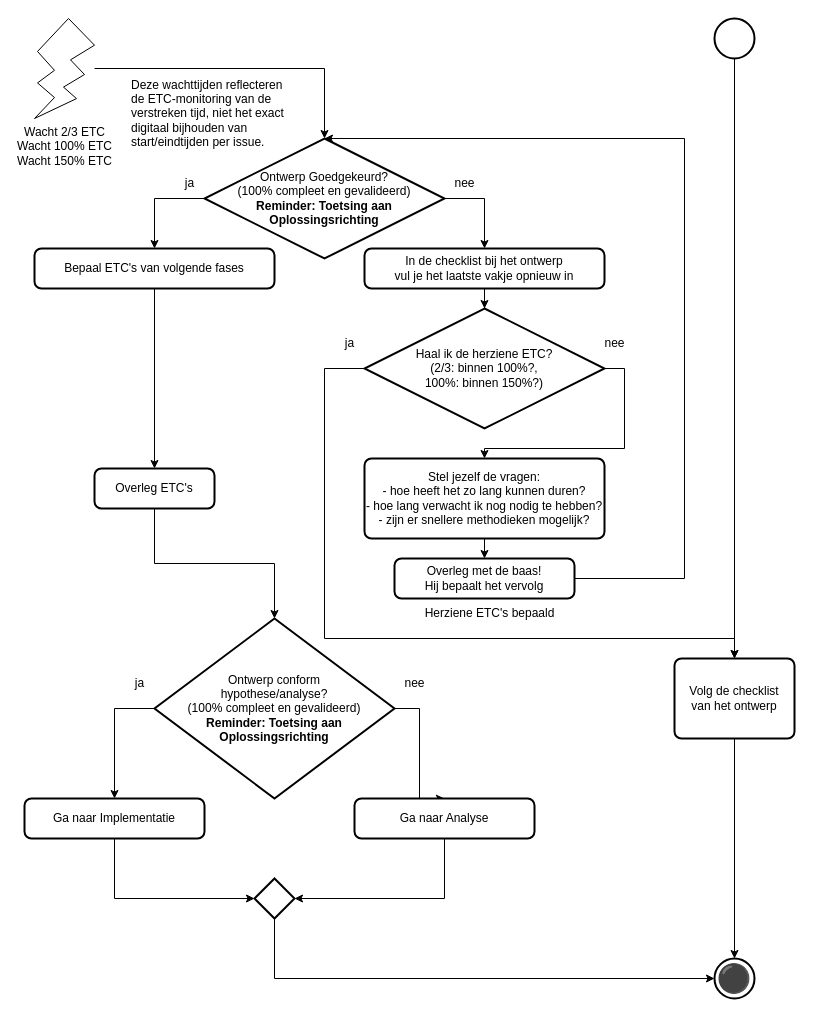
Before: 3 Issue Tracker ontwerp.drawio in Zaibatsu89/IssueTracker, a draw.io diagram. Source tidied: cells renumbered, new cells numbered last; positions are measured from the earlier drawing's top-left corner, leaving out a move shared by most shapes. Both pictures are drawn from the tidied source at 100%, with x=0, y=0 at pixel (24, 18).
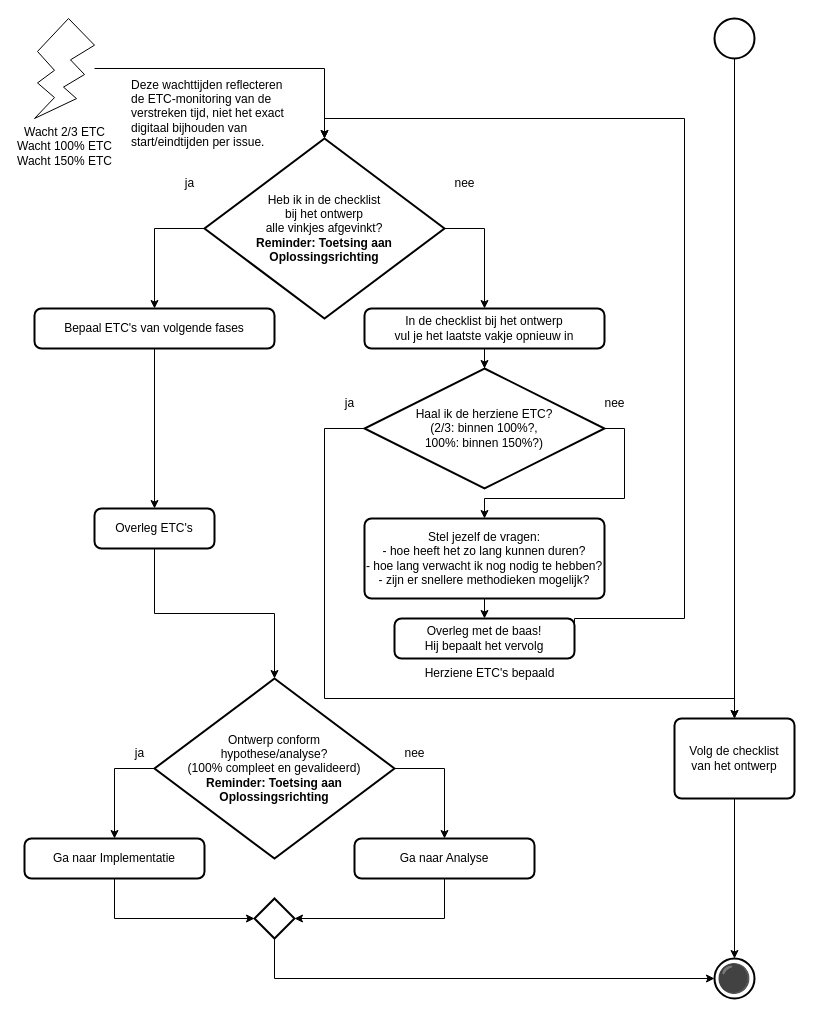
After the change.

Commit message (it also covers changes not shown here):
"Heb ik alle vinkjes volgens de checklist van de analyse afgevinkt?" in analyse flowchart, i.p.v. "Conclusie: ..."

What changed in the source:
```diff
@@
     <mxCell id="4" value="Volg de checklist&lt;br&gt;van het ontwerp" style="rounded=1;whiteSpace=wrap;html=1;absoluteArcSize=1;arcSize=14;strokeWidth=2;" parent="1" vertex="1">
-      <mxGeometry x="650" y="640" width="120" height="80" as="geometry" />
+      <mxGeometry x="650" y="700" width="120" height="80" as="geometry" />
     </mxCell>
@@
-    <mxCell id="7" value="Ontwerp Goedgekeurd?&lt;br&gt;(100% compleet en gevalideerd)&lt;br&gt;&lt;b&gt;Reminder: Toetsing aan Oplossingsrichting&lt;/b&gt;" style="strokeWidth=2;html=1;shape=mxgraph.flowchart.decision;whiteSpace=wrap;" parent="1" vertex="1">
-      <mxGeometry x="180" y="120" width="240" height="120" as="geometry" />
+    <mxCell id="7" value="Heb ik in de checklist&lt;br&gt;bij het ontwerp&lt;br&gt;alle vinkjes afgevinkt?&lt;br&gt;&lt;b&gt;Reminder: Toetsing aan Oplossingsrichting&lt;/b&gt;" style="strokeWidth=2;html=1;shape=mxgraph.flowchart.decision;whiteSpace=wrap;" parent="1" vertex="1">
+      <mxGeometry x="180" y="120" width="240" height="180" as="geometry" />
     </mxCell>
@@
     <mxCell id="10" value="Ga naar Implementatie" style="rounded=1;whiteSpace=wrap;html=1;absoluteArcSize=1;arcSize=14;strokeWidth=2;" parent="1" vertex="1">
-      <mxGeometry y="780" width="180" height="40" as="geometry" />
+      <mxGeometry y="820" width="180" height="40" as="geometry" />
     </mxCell>
@@
-    <mxCell id="12" style="edgeStyle=orthogonalEdgeStyle;rounded=0;jettySize=auto;html=1;exitX=1;exitY=0.5;exitDx=0;exitDy=0;exitPerimeter=0;entryX=0.5;entryY=0;entryDx=0;entryDy=0;" parent="1" edge="1" source="13">
-      <mxGeometry relative="1" as="geometry">
-        <mxPoint x="420" y="780" as="targetPoint" />
-      </mxGeometry>
+    <mxCell id="12" style="edgeStyle=orthogonalEdgeStyle;rounded=0;jettySize=auto;html=1;exitX=1;exitY=0.5;exitDx=0;exitDy=0;exitPerimeter=0;entryX=0.5;entryY=0;entryDx=0;entryDy=0;" parent="1" edge="1" source="13" target="15">
+      <mxGeometry relative="1" as="geometry" />
     </mxCell>
     <mxCell id="13" value="Ontwerp conform&lt;br&gt;hypothese/analyse?&lt;br&gt;(100% compleet en gevalideerd)&lt;br&gt;&lt;b&gt;Reminder: Toetsing aan Oplossingsrichting&lt;/b&gt;" style="strokeWidth=2;html=1;shape=mxgraph.flowchart.decision;whiteSpace=wrap;" parent="1" vertex="1">
-      <mxGeometry x="130" y="600" width="240" height="180" as="geometry" />
+      <mxGeometry x="130" y="660" width="240" height="180" as="geometry" />
     </mxCell>
     <mxCell id="14" value="ja" style="text;html=1;align=center;verticalAlign=middle;strokeColor=none;fillColor=none;" parent="1" vertex="1">
-      <mxGeometry x="100" y="650" width="30" height="30" as="geometry" />
+      <mxGeometry x="100" y="720" width="30" height="30" as="geometry" />
     </mxCell>
     <mxCell id="15" value="Ga naar Analyse" style="rounded=1;whiteSpace=wrap;html=1;absoluteArcSize=1;arcSize=14;strokeWidth=2;" parent="1" vertex="1">
-      <mxGeometry x="330" y="780" width="180" height="40" as="geometry" />
+      <mxGeometry x="330" y="820" width="180" height="40" as="geometry" />
     </mxCell>
@@
     <mxCell id="18" value="Bepaal ETC's van volgende fases" style="rounded=1;whiteSpace=wrap;html=1;absoluteArcSize=1;arcSize=14;strokeWidth=2;" parent="1" vertex="1">
-      <mxGeometry x="10" y="230" width="240" height="40" as="geometry" />
+      <mxGeometry x="10" y="290" width="240" height="40" as="geometry" />
     </mxCell>
     <mxCell id="19" value="Overleg ETC's" style="rounded=1;whiteSpace=wrap;html=1;absoluteArcSize=1;arcSize=14;strokeWidth=2;" parent="1" vertex="1">
-      <mxGeometry x="70" y="450" width="120" height="40" as="geometry" />
+      <mxGeometry x="70" y="490" width="120" height="40" as="geometry" />
     </mxCell>
     <mxCell id="20" value="nee" style="text;html=1;align=center;verticalAlign=middle;strokeColor=none;fillColor=none;" parent="1" vertex="1">
-      <mxGeometry x="370" y="650" width="40" height="30" as="geometry" />
+      <mxGeometry x="370" y="720" width="40" height="30" as="geometry" />
     </mxCell>
@@
     <mxCell id="23" value="In de checklist bij het ontwerp&lt;br&gt;vul je het laatste vakje opnieuw in" style="rounded=1;whiteSpace=wrap;html=1;absoluteArcSize=1;arcSize=14;strokeWidth=2;" parent="1" vertex="1">
-      <mxGeometry x="340" y="230" width="240" height="40" as="geometry" />
+      <mxGeometry x="340" y="290" width="240" height="40" as="geometry" />
     </mxCell>
@@
     <mxCell id="25" value="Stel jezelf de vragen:&lt;br&gt;- hoe heeft het zo lang kunnen duren?&lt;br&gt;- hoe lang verwacht ik nog nodig te hebben?&lt;br&gt;- zijn er snellere methodieken mogelijk?" style="rounded=1;whiteSpace=wrap;html=1;absoluteArcSize=1;arcSize=14;strokeWidth=2;" parent="1" vertex="1">
-      <mxGeometry x="340" y="440" width="240" height="80" as="geometry" />
+      <mxGeometry x="340" y="500" width="240" height="80" as="geometry" />
     </mxCell>
     <mxCell id="26" value="Overleg met de baas!&lt;br&gt;Hij bepaalt het vervolg" style="rounded=1;whiteSpace=wrap;html=1;absoluteArcSize=1;arcSize=14;strokeWidth=2;" parent="1" vertex="1">
-      <mxGeometry x="370" y="540" width="180" height="40" as="geometry" />
+      <mxGeometry x="370" y="600" width="180" height="40" as="geometry" />
     </mxCell>
     <mxCell id="27" style="strokeWidth=2;html=1;shape=mxgraph.flowchart.decision;whiteSpace=wrap;" parent="1" vertex="1">
-      <mxGeometry x="230" y="860" width="40" height="40" as="geometry" />
+      <mxGeometry x="230" y="880" width="40" height="40" as="geometry" />
     </mxCell>
@@
-    <mxCell id="29" style="edgeStyle=orthogonalEdgeStyle;rounded=0;jettySize=auto;html=1;exitX=0.5;exitY=1;exitDx=0;exitDy=0;entryX=1;entryY=0.5;entryDx=0;entryDy=0;entryPerimeter=0;" parent="1" edge="1" target="27">
+    <mxCell id="29" style="edgeStyle=orthogonalEdgeStyle;rounded=0;jettySize=auto;html=1;entryX=1;entryY=0.5;entryDx=0;entryDy=0;entryPerimeter=0;exitX=0.5;exitY=1;exitDx=0;exitDy=0;" parent="1" edge="1" source="15" target="27">
       <mxGeometry relative="1" as="geometry">
-        <mxPoint x="420" y="820" as="sourcePoint" />
         <Array as="points">
-          <mxPoint x="420" y="880" />
+          <mxPoint x="420" y="900" />
         </Array>
       </mxGeometry>
     </mxCell>
@@
     <mxCell id="35" value="Herziene ETC's bepaald" style="text;html=1;align=center;verticalAlign=middle;strokeColor=none;fillColor=none;" parent="1" vertex="1">
-      <mxGeometry x="390" y="580" width="150" height="30" as="geometry" />
+      <mxGeometry x="390" y="640" width="150" height="30" as="geometry" />
     </mxCell>
     <mxCell id="36" style="edgeStyle=orthogonalEdgeStyle;rounded=0;jettySize=auto;html=1;exitX=1;exitY=0.5;exitDx=0;exitDy=0;entryX=0.5;entryY=0;entryDx=0;entryDy=0;entryPerimeter=0;" parent="1" edge="1" source="26" target="7">
       <mxGeometry relative="1" as="geometry">
         <Array as="points">
-          <mxPoint x="660" y="560" />
-          <mxPoint x="660" y="120" />
+          <mxPoint x="660" y="600" />
+          <mxPoint x="660" y="100" />
+          <mxPoint x="300" y="100" />
         </Array>
       </mxGeometry>
     </mxCell>
     <mxCell id="37" style="edgeStyle=orthogonalEdgeStyle;rounded=0;jettySize=auto;html=1;exitX=1;exitY=0.5;exitDx=0;exitDy=0;exitPerimeter=0;" parent="1" edge="1" source="39" target="25">
-      <mxGeometry relative="1" as="geometry" />
+      <mxGeometry relative="1" as="geometry">
+        <Array as="points">
+          <mxPoint x="600" y="410" />
+          <mxPoint x="600" y="480" />
+          <mxPoint x="460" y="480" />
+        </Array>
+      </mxGeometry>
     </mxCell>
     <mxCell id="38" style="edgeStyle=orthogonalEdgeStyle;rounded=0;jettySize=auto;html=1;exitX=0;exitY=0.5;exitDx=0;exitDy=0;exitPerimeter=0;" parent="1" edge="1" source="39">
       <mxGeometry relative="1" as="geometry">
-        <mxPoint x="710" y="640" as="targetPoint" />
+        <mxPoint x="710" y="700" as="targetPoint" />
         <Array as="points">
-          <mxPoint x="300" y="350" />
-          <mxPoint x="300" y="620" />
-          <mxPoint x="710" y="620" />
+          <mxPoint x="300" y="410" />
+          <mxPoint x="300" y="680" />
+          <mxPoint x="710" y="680" />
         </Array>
       </mxGeometry>
     </mxCell>
     <mxCell id="39" value="Haal ik de herziene ETC?&lt;br&gt;(2/3: binnen 100%?,&lt;br&gt;100%: binnen 150%?)" style="strokeWidth=2;html=1;shape=mxgraph.flowchart.decision;whiteSpace=wrap;" parent="1" vertex="1">
-      <mxGeometry x="340" y="290" width="240" height="120" as="geometry" />
+      <mxGeometry x="340" y="350" width="240" height="120" as="geometry" />
     </mxCell>
     <mxCell id="40" value="nee" style="text;html=1;align=center;verticalAlign=middle;strokeColor=none;fillColor=none;" parent="1" vertex="1">
-      <mxGeometry x="570" y="310" width="40" height="30" as="geometry" />
+      <mxGeometry x="570" y="370" width="40" height="30" as="geometry" />
     </mxCell>
     <mxCell id="41" value="ja" style="text;html=1;align=center;verticalAlign=middle;strokeColor=none;fillColor=none;" parent="1" vertex="1">
-      <mxGeometry x="310" y="310" width="30" height="30" as="geometry" />
+      <mxGeometry x="310" y="370" width="30" height="30" as="geometry" />
     </mxCell>
```
